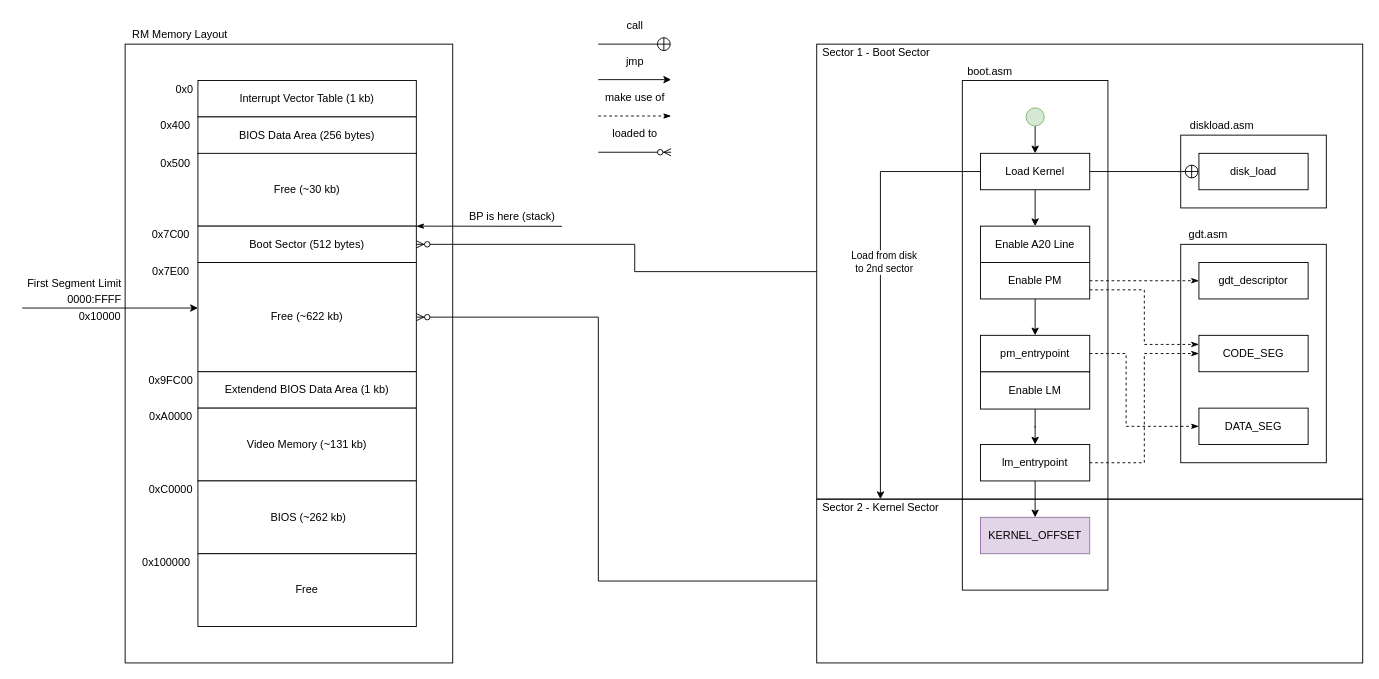
This is flow.drawio from ofabricio/os, a draw.io file, before an edit. Source tidied: cells renumbered, new cells numbered last; positions are measured from the earlier drawing's top-left corner, leaving out a move shared by most shapes. Both pictures are drawn from the tidied source at 91%, with x=0, y=0 at pixel (22, 16).
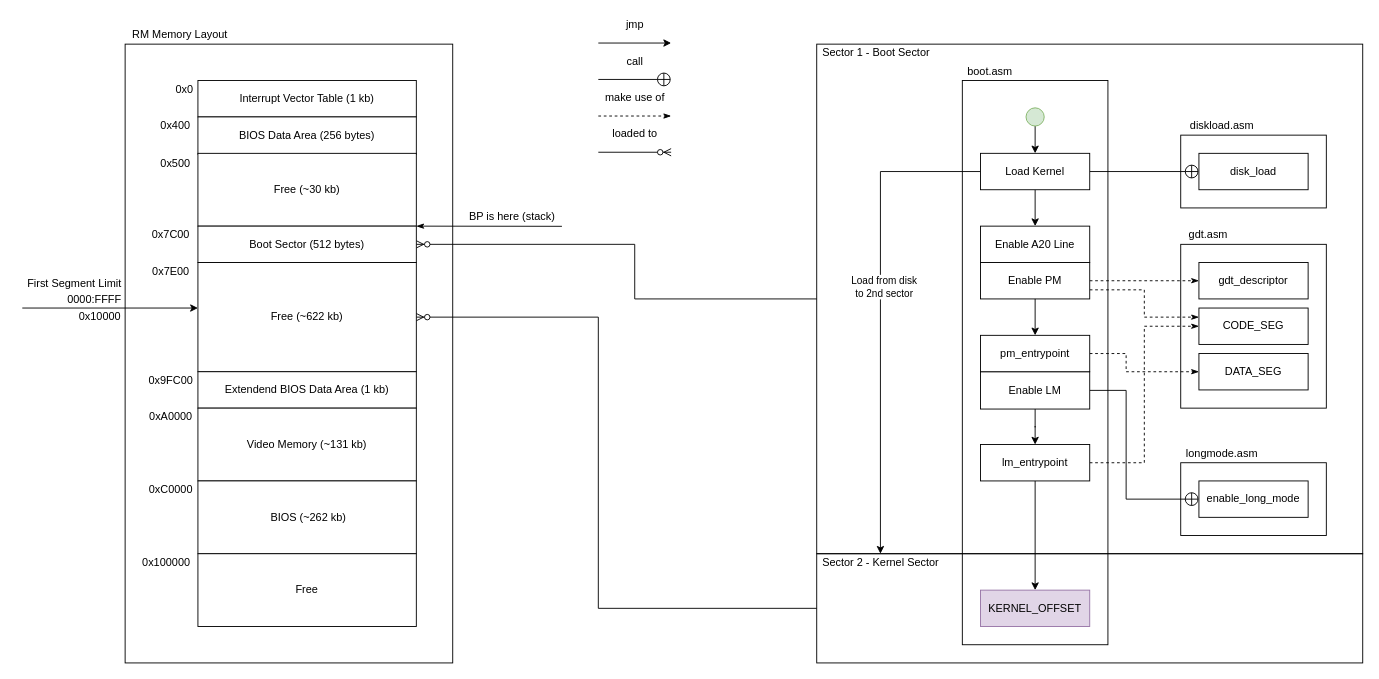
Above is the later version.

Unchanged cells that the change refers to:
```xml
<mxCell id="17" value="Enable LM" style="whiteSpace=wrap;html=1;" parent="1" vertex="1">
  <mxGeometry x="1053" y="390" width="120" height="41" as="geometry" />
</mxCell>
<mxCell id="25" value="Enable PM" style="whiteSpace=wrap;html=1;" parent="1" vertex="1">
  <mxGeometry x="1053" y="270" width="120" height="40" as="geometry" />
</mxCell>
<mxCell id="26" value="pm_entrypoint" style="whiteSpace=wrap;html=1;" parent="1" vertex="1">
  <mxGeometry x="1053" y="350" width="120" height="40" as="geometry" />
</mxCell>
<mxCell id="35" value="lm_entrypoint" style="whiteSpace=wrap;html=1;" parent="1" vertex="1">
  <mxGeometry x="1053" y="470" width="120" height="40" as="geometry" />
</mxCell>
<mxCell id="52" value="&lt;div&gt;Boot Sector (512 bytes)&lt;/div&gt;" style="rounded=0;whiteSpace=wrap;html=1;" parent="47" vertex="1">
  <mxGeometry x="80" y="220" width="240" height="40" as="geometry" />
</mxCell>
<mxCell id="53" value="&lt;div&gt;Free (~622 kb)&lt;/div&gt;" style="rounded=0;whiteSpace=wrap;html=1;" parent="47" vertex="1">
  <mxGeometry x="80" y="260" width="240" height="120" as="geometry" />
</mxCell>
```

Diff of the diagram source:
```diff
@@
     <mxCell id="2" style="rounded=0;jettySize=auto;html=1;exitX=0;exitY=0.5;exitDx=0;exitDy=0;entryX=1;entryY=0.5;entryDx=0;entryDy=0;endArrow=ERzeroToMany;endFill=1;edgeStyle=orthogonalEdgeStyle;" parent="1" edge="1" source="3" target="53">
       <mxGeometry relative="1" as="geometry">
         <Array as="points">
-          <mxPoint x="633" y="620" />
+          <mxPoint x="633" y="650" />
           <mxPoint x="633" y="330" />
         </Array>
       </mxGeometry>
     </mxCell>
     <mxCell id="3" style="whiteSpace=wrap;html=1;fillColor=none;" parent="1" vertex="1">
-      <mxGeometry x="873" y="530" width="600" height="180" as="geometry" />
+      <mxGeometry x="873" y="590" width="600" height="120" as="geometry" />
     </mxCell>
     <mxCell id="4" style="rounded=0;jettySize=auto;html=1;exitX=0;exitY=0.5;exitDx=0;exitDy=0;entryX=1;entryY=0.5;entryDx=0;entryDy=0;endArrow=ERzeroToMany;endFill=1;edgeStyle=orthogonalEdgeStyle;" parent="1" edge="1" source="5" target="52">
       <mxGeometry relative="1" as="geometry">
         <Array as="points">
-          <mxPoint x="673" y="280" />
+          <mxPoint x="673" y="310" />
           <mxPoint x="673" y="250" />
         </Array>
       </mxGeometry>
     </mxCell>
     <mxCell id="5" style="whiteSpace=wrap;html=1;fillColor=none;" parent="1" vertex="1">
-      <mxGeometry x="873" y="30" width="600" height="500" as="geometry" />
+      <mxGeometry x="873" y="30" width="600" height="560" as="geometry" />
     </mxCell>
     <mxCell id="6" style="whiteSpace=wrap;html=1;fillColor=none;" parent="1" vertex="1">
-      <mxGeometry x="1033" y="70" width="160" height="560" as="geometry" />
+      <mxGeometry x="1033" y="70" width="160" height="620" as="geometry" />
     </mxCell>
@@
     <mxCell id="14" style="edgeStyle=orthogonalEdgeStyle;rounded=0;jettySize=auto;html=1;exitX=1;exitY=0.75;exitDx=0;exitDy=0;entryX=0;entryY=0.25;entryDx=0;entryDy=0;dashed=1;endFill=1;endArrow=classicThin;" parent="1" edge="1" source="25" target="31">
       <mxGeometry relative="1" as="geometry">
         <Array as="points">
           <mxPoint x="1233" y="300" />
-          <mxPoint x="1233" y="360" />
+          <mxPoint x="1233" y="330" />
         </Array>
       </mxGeometry>
     </mxCell>
     <mxCell id="15" style="edgeStyle=orthogonalEdgeStyle;rounded=0;jettySize=auto;html=1;exitX=1;exitY=0.5;exitDx=0;exitDy=0;entryX=0;entryY=0.5;entryDx=0;entryDy=0;dashed=1;endFill=1;endArrow=classicThin;" parent="1" edge="1" source="26" target="32">
       <mxGeometry relative="1" as="geometry">
         <Array as="points">
           <mxPoint x="1213" y="370" />
-          <mxPoint x="1213" y="450" />
+          <mxPoint x="1213" y="390" />
         </Array>
       </mxGeometry>
     </mxCell>
@@
+    <mxCell id="74" style="edgeStyle=orthogonalEdgeStyle;rounded=0;jettySize=auto;html=1;exitX=1;exitY=0.5;exitDx=0;exitDy=0;entryX=0;entryY=0.5;entryDx=0;entryDy=0;endFill=0;endArrow=circlePlus;startFill=0;" parent="1" edge="1" source="17" target="77">
+      <mxGeometry relative="1" as="geometry">
+        <Array as="points">
+          <mxPoint x="1213" y="411" />
+          <mxPoint x="1213" y="530" />
+        </Array>
+      </mxGeometry>
+    </mxCell>
@@
     <mxCell id="18" value="KERNEL_OFFSET" style="whiteSpace=wrap;html=1;fillColor=#e1d5e7;strokeColor=#9673a6;" parent="1" vertex="1">
-      <mxGeometry x="1053" y="550" width="120" height="40" as="geometry" />
+      <mxGeometry x="1053" y="630" width="120" height="40" as="geometry" />
     </mxCell>
@@
     <mxCell id="24" value="Sector 2 - Kernel Sector" style="text;html=1;align=center;verticalAlign=middle;points=[];" parent="1" vertex="1">
-      <mxGeometry x="873" y="530" width="140" height="20" as="geometry" />
+      <mxGeometry x="873" y="590" width="140" height="20" as="geometry" />
     </mxCell>
@@
     <mxCell id="28" style="whiteSpace=wrap;html=1;fillColor=none;" parent="1" vertex="1">
-      <mxGeometry x="1273" y="250" width="160" height="240" as="geometry" />
+      <mxGeometry x="1273" y="250" width="160" height="180" as="geometry" />
     </mxCell>
@@
     <mxCell id="31" value="CODE_SEG" style="whiteSpace=wrap;html=1;" parent="1" vertex="1">
-      <mxGeometry x="1293" y="350" width="120" height="40" as="geometry" />
+      <mxGeometry x="1293" y="320" width="120" height="40" as="geometry" />
     </mxCell>
     <mxCell id="32" value="DATA_SEG" style="whiteSpace=wrap;html=1;" parent="1" vertex="1">
-      <mxGeometry x="1293" y="430" width="120" height="40" as="geometry" />
+      <mxGeometry x="1293" y="370" width="120" height="40" as="geometry" />
     </mxCell>
     <mxCell id="33" style="edgeStyle=orthogonalEdgeStyle;rounded=0;jettySize=auto;html=1;exitX=1;exitY=0.5;exitDx=0;exitDy=0;entryX=0;entryY=0.5;entryDx=0;entryDy=0;dashed=1;endFill=1;endArrow=classicThin;" parent="1" edge="1" source="35" target="31">
       <mxGeometry relative="1" as="geometry">
         <Array as="points">
           <mxPoint x="1233" y="490" />
-          <mxPoint x="1233" y="370" />
+          <mxPoint x="1233" y="340" />
         </Array>
       </mxGeometry>
     </mxCell>
@@
     <mxCell id="39" style="edgeStyle=orthogonalEdgeStyle;rounded=0;orthogonalLoop=1;jettySize=auto;html=1;startArrow=none;startFill=0;endArrow=circlePlus;endFill=0;" parent="1" edge="1">
       <mxGeometry relative="1" as="geometry">
-        <mxPoint x="633" y="30" as="sourcePoint" />
-        <mxPoint x="713" y="30" as="targetPoint" />
+        <mxPoint x="633" y="68.8" as="sourcePoint" />
+        <mxPoint x="713" y="68.8" as="targetPoint" />
       </mxGeometry>
     </mxCell>
     <mxCell id="40" value="call" style="text;html=1;align=center;verticalAlign=middle;" parent="1" vertex="1">
-      <mxGeometry x="658" width="30" height="20" as="geometry" />
+      <mxGeometry x="658" y="38.8" width="30" height="20" as="geometry" />
     </mxCell>
     <mxCell id="41" style="edgeStyle=orthogonalEdgeStyle;rounded=0;orthogonalLoop=1;jettySize=auto;html=1;startArrow=none;endArrow=classic;" parent="1" edge="1">
       <mxGeometry relative="1" as="geometry">
-        <mxPoint x="633" y="69" as="sourcePoint" />
-        <mxPoint x="713" y="69" as="targetPoint" />
+        <mxPoint x="633" y="28.8" as="sourcePoint" />
+        <mxPoint x="713" y="28.8" as="targetPoint" />
       </mxGeometry>
     </mxCell>
     <mxCell id="42" value="jmp" style="text;html=1;align=center;verticalAlign=middle;" parent="1" vertex="1">
-      <mxGeometry x="658" y="39" width="30" height="20" as="geometry" />
+      <mxGeometry x="658" y="-1.2" width="30" height="20" as="geometry" />
     </mxCell>
@@
+    <mxCell id="75" style="whiteSpace=wrap;html=1;fillColor=none;" parent="1" vertex="1">
+      <mxGeometry x="1273" y="490" width="160" height="80" as="geometry" />
+    </mxCell>
+    <mxCell id="76" value="longmode.asm" style="text;html=1;align=center;verticalAlign=middle;" parent="1" vertex="1">
+      <mxGeometry x="1273" y="470" width="90" height="20" as="geometry" />
+    </mxCell>
+    <mxCell id="77" value="enable_long_mode" style="whiteSpace=wrap;html=1;" parent="1" vertex="1">
+      <mxGeometry x="1293" y="510" width="120" height="40" as="geometry" />
+    </mxCell>
```
